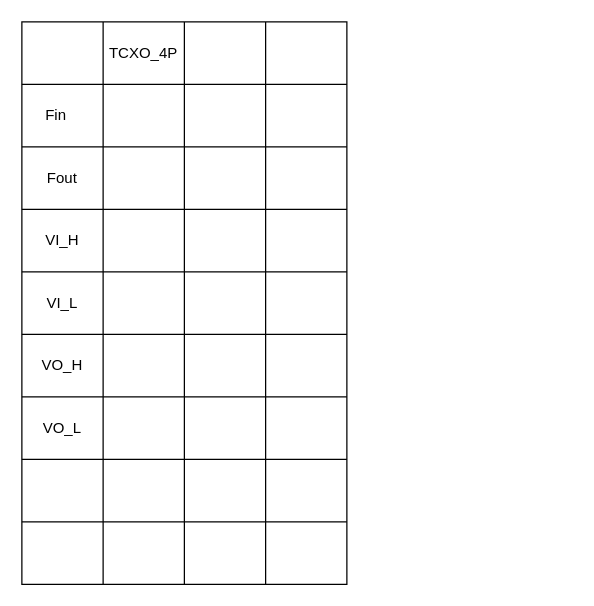
kongzhongfeima/draw_io keeps this draw.io diagram as clk_change_validation.drawio. Above is the earlier version. Source tidied: cells renumbered, new cells numbered last; positions are measured from the earlier drawing's top-left corner, leaving out a move shared by most shapes. Both pictures are drawn from the tidied source at 125%, with x=0, y=0 at pixel (21, 21).
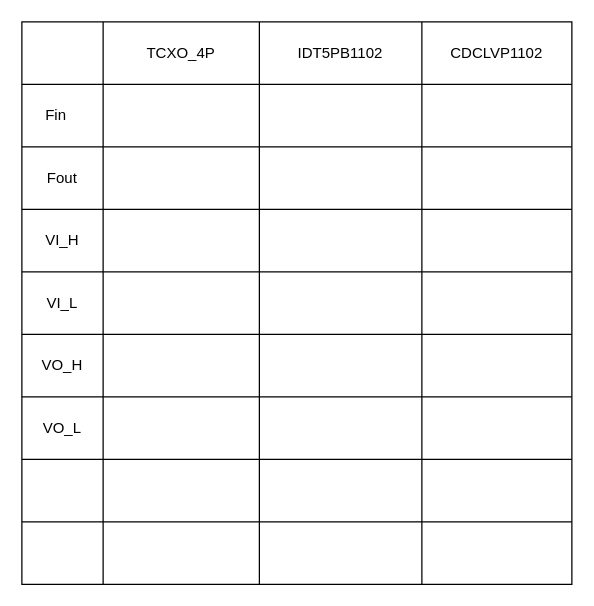
Above is the later version.

Diff of the diagram source:
```diff
@@
     <mxCell id="2" style="shape=table;startSize=0;childLayout=tableLayout;" parent="1" vertex="1">
-      <mxGeometry width="260" height="450" as="geometry" />
+      <mxGeometry width="440" height="450" as="geometry" />
     </mxCell>
     <mxCell id="3" style="shape=tableRow;horizontal=0;startSize=0;swimlaneHead=0;swimlaneBody=0;strokeColor=inherit;top=0;left=0;bottom=0;right=0;fillColor=none;" parent="2" vertex="1">
-      <mxGeometry width="260" height="50" as="geometry" />
+      <mxGeometry width="440" height="50" as="geometry" />
     </mxCell>
@@
     <mxCell id="5" value="TCXO_4P" style="shape=partialRectangle;html=1;whiteSpace=wrap;strokeColor=inherit;overflow=hidden;fillColor=none;top=0;left=0;bottom=0;right=0;" parent="3" vertex="1">
-      <mxGeometry x="65" width="65" height="50" as="geometry" />
+      <mxGeometry x="65" width="125" height="50" as="geometry" />
     </mxCell>
-    <mxCell id="6" style="shape=partialRectangle;html=1;whiteSpace=wrap;strokeColor=inherit;overflow=hidden;fillColor=none;top=0;left=0;bottom=0;right=0;" parent="3" vertex="1">
-      <mxGeometry x="130" width="65" height="50" as="geometry" />
+    <mxCell id="6" value="IDT5PB1102" style="shape=partialRectangle;html=1;whiteSpace=wrap;strokeColor=inherit;overflow=hidden;fillColor=none;top=0;left=0;bottom=0;right=0;" parent="3" vertex="1">
+      <mxGeometry x="190" width="130" height="50" as="geometry" />
     </mxCell>
-    <mxCell id="7" style="shape=partialRectangle;html=1;whiteSpace=wrap;strokeColor=inherit;overflow=hidden;fillColor=none;top=0;left=0;bottom=0;right=0;" parent="3" vertex="1">
-      <mxGeometry x="195" width="65" height="50" as="geometry" />
+    <mxCell id="7" value="CDCLVP1102" style="shape=partialRectangle;html=1;whiteSpace=wrap;strokeColor=inherit;overflow=hidden;fillColor=none;top=0;left=0;bottom=0;right=0;" parent="3" vertex="1">
+      <mxGeometry x="320" width="120" height="50" as="geometry" />
     </mxCell>
     <mxCell id="8" style="shape=tableRow;horizontal=0;startSize=0;swimlaneHead=0;swimlaneBody=0;strokeColor=inherit;top=0;left=0;bottom=0;right=0;fillColor=none;" parent="2" vertex="1">
-      <mxGeometry y="50" width="260" height="50" as="geometry" />
+      <mxGeometry y="50" width="440" height="50" as="geometry" />
     </mxCell>
@@
     <mxCell id="10" style="shape=partialRectangle;html=1;whiteSpace=wrap;strokeColor=inherit;overflow=hidden;fillColor=none;top=0;left=0;bottom=0;right=0;" parent="8" vertex="1">
-      <mxGeometry x="65" width="65" height="50" as="geometry" />
+      <mxGeometry x="65" width="125" height="50" as="geometry" />
     </mxCell>
     <mxCell id="11" style="shape=partialRectangle;html=1;whiteSpace=wrap;strokeColor=inherit;overflow=hidden;fillColor=none;top=0;left=0;bottom=0;right=0;" parent="8" vertex="1">
-      <mxGeometry x="130" width="65" height="50" as="geometry" />
+      <mxGeometry x="190" width="130" height="50" as="geometry" />
     </mxCell>
     <mxCell id="12" style="shape=partialRectangle;html=1;whiteSpace=wrap;strokeColor=inherit;overflow=hidden;fillColor=none;top=0;left=0;bottom=0;right=0;" parent="8" vertex="1">
-      <mxGeometry x="195" width="65" height="50" as="geometry" />
+      <mxGeometry x="320" width="120" height="50" as="geometry" />
     </mxCell>
     <mxCell id="13" style="shape=tableRow;horizontal=0;startSize=0;swimlaneHead=0;swimlaneBody=0;strokeColor=inherit;top=0;left=0;bottom=0;right=0;fillColor=none;" parent="2" vertex="1">
-      <mxGeometry y="100" width="260" height="50" as="geometry" />
+      <mxGeometry y="100" width="440" height="50" as="geometry" />
     </mxCell>
@@
     <mxCell id="15" style="shape=partialRectangle;html=1;whiteSpace=wrap;strokeColor=inherit;overflow=hidden;fillColor=none;top=0;left=0;bottom=0;right=0;" parent="13" vertex="1">
-      <mxGeometry x="65" width="65" height="50" as="geometry" />
+      <mxGeometry x="65" width="125" height="50" as="geometry" />
     </mxCell>
     <mxCell id="16" style="shape=partialRectangle;html=1;whiteSpace=wrap;strokeColor=inherit;overflow=hidden;fillColor=none;top=0;left=0;bottom=0;right=0;" parent="13" vertex="1">
-      <mxGeometry x="130" width="65" height="50" as="geometry" />
+      <mxGeometry x="190" width="130" height="50" as="geometry" />
     </mxCell>
     <mxCell id="17" style="shape=partialRectangle;html=1;whiteSpace=wrap;strokeColor=inherit;overflow=hidden;fillColor=none;top=0;left=0;bottom=0;right=0;" parent="13" vertex="1">
-      <mxGeometry x="195" width="65" height="50" as="geometry" />
+      <mxGeometry x="320" width="120" height="50" as="geometry" />
     </mxCell>
     <mxCell id="18" style="shape=tableRow;horizontal=0;startSize=0;swimlaneHead=0;swimlaneBody=0;strokeColor=inherit;top=0;left=0;bottom=0;right=0;fillColor=none;" parent="2" vertex="1">
-      <mxGeometry y="150" width="260" height="50" as="geometry" />
+      <mxGeometry y="150" width="440" height="50" as="geometry" />
     </mxCell>
@@
     <mxCell id="20" style="shape=partialRectangle;html=1;whiteSpace=wrap;strokeColor=inherit;overflow=hidden;fillColor=none;top=0;left=0;bottom=0;right=0;" parent="18" vertex="1">
-      <mxGeometry x="65" width="65" height="50" as="geometry" />
+      <mxGeometry x="65" width="125" height="50" as="geometry" />
     </mxCell>
     <mxCell id="21" style="shape=partialRectangle;html=1;whiteSpace=wrap;strokeColor=inherit;overflow=hidden;fillColor=none;top=0;left=0;bottom=0;right=0;" parent="18" vertex="1">
-      <mxGeometry x="130" width="65" height="50" as="geometry" />
+      <mxGeometry x="190" width="130" height="50" as="geometry" />
     </mxCell>
     <mxCell id="22" style="shape=partialRectangle;html=1;whiteSpace=wrap;strokeColor=inherit;overflow=hidden;fillColor=none;top=0;left=0;bottom=0;right=0;" parent="18" vertex="1">
-      <mxGeometry x="195" width="65" height="50" as="geometry" />
+      <mxGeometry x="320" width="120" height="50" as="geometry" />
     </mxCell>
     <mxCell id="23" style="shape=tableRow;horizontal=0;startSize=0;swimlaneHead=0;swimlaneBody=0;strokeColor=inherit;top=0;left=0;bottom=0;right=0;fillColor=none;" parent="2" vertex="1">
-      <mxGeometry y="200" width="260" height="50" as="geometry" />
+      <mxGeometry y="200" width="440" height="50" as="geometry" />
     </mxCell>
@@
     <mxCell id="25" style="shape=partialRectangle;html=1;whiteSpace=wrap;strokeColor=inherit;overflow=hidden;fillColor=none;top=0;left=0;bottom=0;right=0;" parent="23" vertex="1">
-      <mxGeometry x="65" width="65" height="50" as="geometry" />
+      <mxGeometry x="65" width="125" height="50" as="geometry" />
     </mxCell>
     <mxCell id="26" style="shape=partialRectangle;html=1;whiteSpace=wrap;strokeColor=inherit;overflow=hidden;fillColor=none;top=0;left=0;bottom=0;right=0;" parent="23" vertex="1">
-      <mxGeometry x="130" width="65" height="50" as="geometry" />
+      <mxGeometry x="190" width="130" height="50" as="geometry" />
     </mxCell>
     <mxCell id="27" style="shape=partialRectangle;html=1;whiteSpace=wrap;strokeColor=inherit;overflow=hidden;fillColor=none;top=0;left=0;bottom=0;right=0;" parent="23" vertex="1">
-      <mxGeometry x="195" width="65" height="50" as="geometry" />
+      <mxGeometry x="320" width="120" height="50" as="geometry" />
     </mxCell>
     <mxCell id="28" style="shape=tableRow;horizontal=0;startSize=0;swimlaneHead=0;swimlaneBody=0;strokeColor=inherit;top=0;left=0;bottom=0;right=0;fillColor=none;" parent="2" vertex="1">
-      <mxGeometry y="250" width="260" height="50" as="geometry" />
+      <mxGeometry y="250" width="440" height="50" as="geometry" />
     </mxCell>
@@
     <mxCell id="30" style="shape=partialRectangle;html=1;whiteSpace=wrap;strokeColor=inherit;overflow=hidden;fillColor=none;top=0;left=0;bottom=0;right=0;" parent="28" vertex="1">
-      <mxGeometry x="65" width="65" height="50" as="geometry" />
+      <mxGeometry x="65" width="125" height="50" as="geometry" />
     </mxCell>
     <mxCell id="31" style="shape=partialRectangle;html=1;whiteSpace=wrap;strokeColor=inherit;overflow=hidden;fillColor=none;top=0;left=0;bottom=0;right=0;" parent="28" vertex="1">
-      <mxGeometry x="130" width="65" height="50" as="geometry" />
+      <mxGeometry x="190" width="130" height="50" as="geometry" />
     </mxCell>
     <mxCell id="32" style="shape=partialRectangle;html=1;whiteSpace=wrap;strokeColor=inherit;overflow=hidden;fillColor=none;top=0;left=0;bottom=0;right=0;" parent="28" vertex="1">
-      <mxGeometry x="195" width="65" height="50" as="geometry" />
+      <mxGeometry x="320" width="120" height="50" as="geometry" />
     </mxCell>
     <mxCell id="33" style="shape=tableRow;horizontal=0;startSize=0;swimlaneHead=0;swimlaneBody=0;strokeColor=inherit;top=0;left=0;bottom=0;right=0;fillColor=none;" parent="2" vertex="1">
-      <mxGeometry y="300" width="260" height="50" as="geometry" />
+      <mxGeometry y="300" width="440" height="50" as="geometry" />
     </mxCell>
@@
     <mxCell id="35" style="shape=partialRectangle;html=1;whiteSpace=wrap;strokeColor=inherit;overflow=hidden;fillColor=none;top=0;left=0;bottom=0;right=0;" parent="33" vertex="1">
-      <mxGeometry x="65" width="65" height="50" as="geometry" />
+      <mxGeometry x="65" width="125" height="50" as="geometry" />
     </mxCell>
     <mxCell id="36" style="shape=partialRectangle;html=1;whiteSpace=wrap;strokeColor=inherit;overflow=hidden;fillColor=none;top=0;left=0;bottom=0;right=0;" parent="33" vertex="1">
-      <mxGeometry x="130" width="65" height="50" as="geometry" />
+      <mxGeometry x="190" width="130" height="50" as="geometry" />
     </mxCell>
     <mxCell id="37" style="shape=partialRectangle;html=1;whiteSpace=wrap;strokeColor=inherit;overflow=hidden;fillColor=none;top=0;left=0;bottom=0;right=0;" parent="33" vertex="1">
-      <mxGeometry x="195" width="65" height="50" as="geometry" />
+      <mxGeometry x="320" width="120" height="50" as="geometry" />
     </mxCell>
     <mxCell id="38" style="shape=tableRow;horizontal=0;startSize=0;swimlaneHead=0;swimlaneBody=0;strokeColor=inherit;top=0;left=0;bottom=0;right=0;fillColor=none;" parent="2" vertex="1">
-      <mxGeometry y="350" width="260" height="50" as="geometry" />
+      <mxGeometry y="350" width="440" height="50" as="geometry" />
     </mxCell>
@@
     <mxCell id="40" style="shape=partialRectangle;html=1;whiteSpace=wrap;strokeColor=inherit;overflow=hidden;fillColor=none;top=0;left=0;bottom=0;right=0;" parent="38" vertex="1">
-      <mxGeometry x="65" width="65" height="50" as="geometry" />
+      <mxGeometry x="65" width="125" height="50" as="geometry" />
     </mxCell>
     <mxCell id="41" style="shape=partialRectangle;html=1;whiteSpace=wrap;strokeColor=inherit;overflow=hidden;fillColor=none;top=0;left=0;bottom=0;right=0;" parent="38" vertex="1">
-      <mxGeometry x="130" width="65" height="50" as="geometry" />
+      <mxGeometry x="190" width="130" height="50" as="geometry" />
     </mxCell>
     <mxCell id="42" style="shape=partialRectangle;html=1;whiteSpace=wrap;strokeColor=inherit;overflow=hidden;fillColor=none;top=0;left=0;bottom=0;right=0;" parent="38" vertex="1">
-      <mxGeometry x="195" width="65" height="50" as="geometry" />
+      <mxGeometry x="320" width="120" height="50" as="geometry" />
     </mxCell>
     <mxCell id="43" style="shape=tableRow;horizontal=0;startSize=0;swimlaneHead=0;swimlaneBody=0;strokeColor=inherit;top=0;left=0;bottom=0;right=0;fillColor=none;" parent="2" vertex="1">
-      <mxGeometry y="400" width="260" height="50" as="geometry" />
+      <mxGeometry y="400" width="440" height="50" as="geometry" />
     </mxCell>
@@
     <mxCell id="45" style="shape=partialRectangle;html=1;whiteSpace=wrap;strokeColor=inherit;overflow=hidden;fillColor=none;top=0;left=0;bottom=0;right=0;" parent="43" vertex="1">
-      <mxGeometry x="65" width="65" height="50" as="geometry" />
+      <mxGeometry x="65" width="125" height="50" as="geometry" />
     </mxCell>
     <mxCell id="46" style="shape=partialRectangle;html=1;whiteSpace=wrap;strokeColor=inherit;overflow=hidden;fillColor=none;top=0;left=0;bottom=0;right=0;" parent="43" vertex="1">
-      <mxGeometry x="130" width="65" height="50" as="geometry" />
+      <mxGeometry x="190" width="130" height="50" as="geometry" />
     </mxCell>
     <mxCell id="47" style="shape=partialRectangle;html=1;whiteSpace=wrap;strokeColor=inherit;overflow=hidden;fillColor=none;top=0;left=0;bottom=0;right=0;" parent="43" vertex="1">
-      <mxGeometry x="195" width="65" height="50" as="geometry" />
+      <mxGeometry x="320" width="120" height="50" as="geometry" />
     </mxCell>
```
